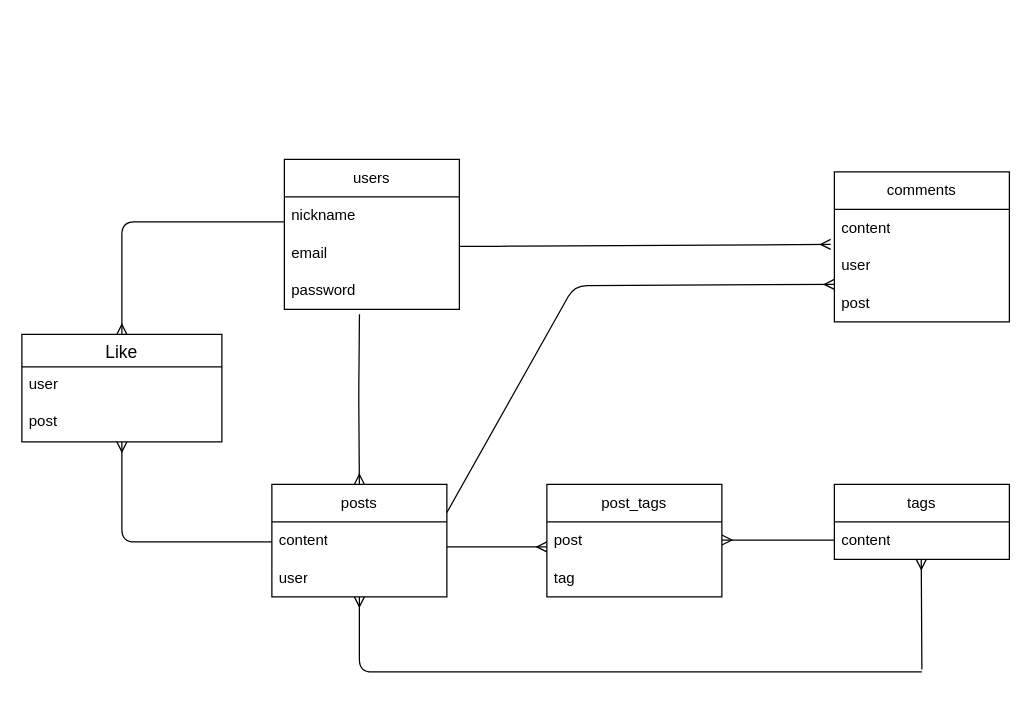
Earlier version of the draw.io diagram er.dio (1997722/codehint). Source tidied: cells renumbered, new cells numbered last; positions are measured from the earlier drawing's top-left corner, leaving out a move shared by most shapes. Both pictures are drawn from the tidied source at 125%, with x=0, y=0 at pixel (21, 159).
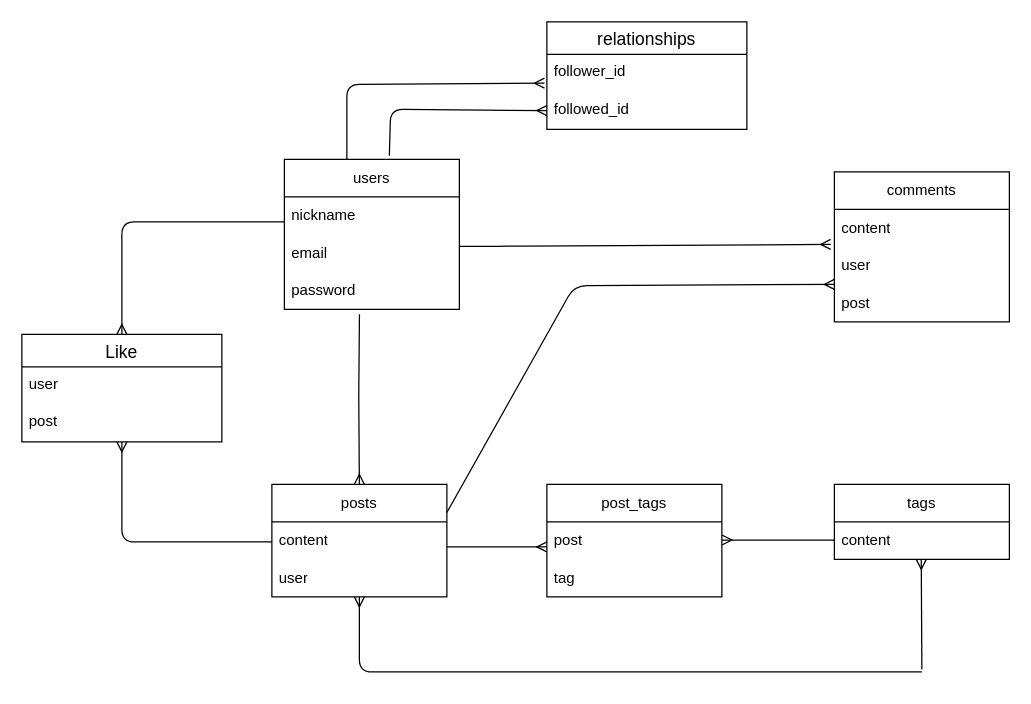
Above is the later version.

The change refers to these unchanged cells:
```xml
<mxCell id="2" value="users" style="swimlane;fontStyle=0;horizontal=1;startSize=30;whiteSpace=wrap;html=1;" parent="1" vertex="1">
  <mxGeometry x="210" width="140" height="120" as="geometry" />
</mxCell>
```

Change to the diagram source:
```diff
@@
+    <mxCell id="30" value="relationships" style="swimlane;fontStyle=0;horizontal=1;startSize=26;align=center;fontSize=14;" parent="1" vertex="1">
+      <mxGeometry x="420" y="-110" width="160" height="86" as="geometry" />
+    </mxCell>
+    <mxCell id="31" value="follower_id" style="text;strokeColor=none;fillColor=none;spacingLeft=4;spacingRight=4;overflow=hidden;points=[[0,0.5],[1,0.5]];portConstraint=eastwest;fontSize=12;" parent="30" vertex="1">
+      <mxGeometry y="26" width="160" height="30" as="geometry" />
+    </mxCell>
+    <mxCell id="32" value="followed_id" style="text;strokeColor=none;fillColor=none;spacingLeft=4;spacingRight=4;overflow=hidden;points=[[0,0.5],[1,0.5]];portConstraint=eastwest;fontSize=12;" parent="30" vertex="1">
+      <mxGeometry y="56" width="160" height="30" as="geometry" />
+    </mxCell>
+    <mxCell id="33" style="html=1;endArrow=ERmany;endFill=0;entryX=-0.012;entryY=0.767;entryDx=0;entryDy=0;entryPerimeter=0;" parent="1" edge="1" target="31">
+      <mxGeometry relative="1" as="geometry">
+        <mxPoint x="260" as="sourcePoint" />
+        <Array as="points">
+          <mxPoint x="260" y="-60" />
+        </Array>
+      </mxGeometry>
+    </mxCell>
+    <mxCell id="34" style="html=1;endArrow=ERmany;endFill=0;entryX=0;entryY=0.5;entryDx=0;entryDy=0;exitX=0.6;exitY=-0.025;exitDx=0;exitDy=0;exitPerimeter=0;" parent="1" edge="1" source="2" target="32">
+      <mxGeometry relative="1" as="geometry">
+        <Array as="points">
+          <mxPoint x="295" y="-40" />
+        </Array>
+      </mxGeometry>
+    </mxCell>
```
